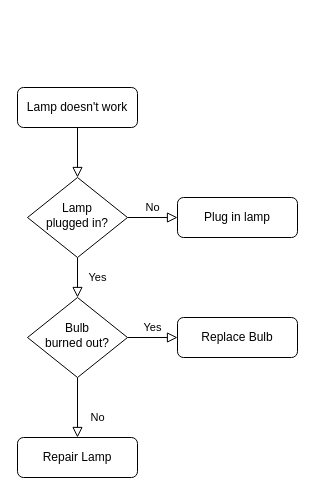
Earlier version of the draw.io diagram 微信公众号授权.drawio (pbm0802/GitIDEATest). Source tidied: cells renumbered, new cells numbered last; positions are measured from the earlier drawing's top-left corner, leaving out a move shared by most shapes. Both pictures are drawn from the tidied source at 100%, with x=0, y=0 at pixel (17, 87).
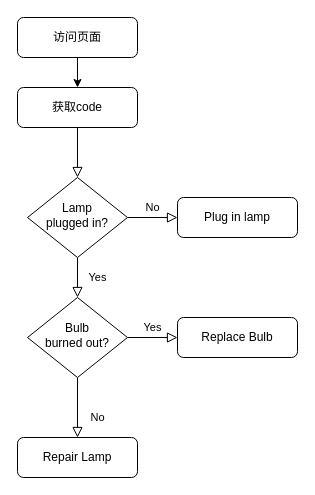
Above is the later version.

Commit message:
更新微信公众号授权.drawio

What changed in the source:
```diff
@@
 <mxGraphModel>
   <root>
     <mxCell id="0" />
     <mxCell id="1" parent="0" />
     <mxCell id="2" style="rounded=0;html=1;jettySize=auto;fontSize=11;endArrow=block;endFill=0;endSize=8;strokeWidth=1;shadow=0;labelBackgroundColor=none;edgeStyle=orthogonalEdgeStyle;" parent="1" edge="1" source="3" target="6">
       <mxGeometry relative="1" as="geometry" />
     </mxCell>
-    <mxCell id="3" value="Lamp doesn't work" style="rounded=1;whiteSpace=wrap;html=1;fontSize=12;glass=0;strokeWidth=1;shadow=0;" parent="1" vertex="1">
+    <mxCell id="3" value="获取code" style="rounded=1;whiteSpace=wrap;html=1;fontSize=12;glass=0;strokeWidth=1;shadow=0;" parent="1" vertex="1">
       <mxGeometry width="120" height="40" as="geometry" />
     </mxCell>
     <mxCell id="4" value="Yes" style="rounded=0;html=1;jettySize=auto;fontSize=11;endArrow=block;endFill=0;endSize=8;strokeWidth=1;shadow=0;labelBackgroundColor=none;edgeStyle=orthogonalEdgeStyle;" parent="1" edge="1" source="6" target="10">
       <mxGeometry y="20" relative="1" as="geometry" />
     </mxCell>
     <mxCell id="5" value="No" style="edgeStyle=orthogonalEdgeStyle;rounded=0;html=1;jettySize=auto;fontSize=11;endArrow=block;endFill=0;endSize=8;strokeWidth=1;shadow=0;labelBackgroundColor=none;" parent="1" edge="1" source="6" target="7">
       <mxGeometry y="10" relative="1" as="geometry" />
     </mxCell>
     <mxCell id="6" value="Lamp&lt;br&gt;plugged in?" style="rhombus;whiteSpace=wrap;html=1;shadow=0;fontFamily=Helvetica;fontSize=12;align=center;strokeWidth=1;spacing=6;spacingTop=-4;" parent="1" vertex="1">
       <mxGeometry x="10" y="90" width="100" height="80" as="geometry" />
     </mxCell>
     <mxCell id="7" value="Plug in lamp" style="rounded=1;whiteSpace=wrap;html=1;fontSize=12;glass=0;strokeWidth=1;shadow=0;" parent="1" vertex="1">
       <mxGeometry x="160" y="110" width="120" height="40" as="geometry" />
     </mxCell>
     <mxCell id="8" value="No" style="rounded=0;html=1;jettySize=auto;fontSize=11;endArrow=block;endFill=0;endSize=8;strokeWidth=1;shadow=0;labelBackgroundColor=none;edgeStyle=orthogonalEdgeStyle;" parent="1" edge="1" source="10" target="11">
       <mxGeometry x="0.33" y="20" relative="1" as="geometry" />
     </mxCell>
     <mxCell id="9" value="Yes" style="edgeStyle=orthogonalEdgeStyle;rounded=0;html=1;jettySize=auto;fontSize=11;endArrow=block;endFill=0;endSize=8;strokeWidth=1;shadow=0;labelBackgroundColor=none;" parent="1" edge="1" source="10" target="12">
       <mxGeometry y="10" relative="1" as="geometry" />
     </mxCell>
     <mxCell id="10" value="Bulb&lt;br&gt;burned out?" style="rhombus;whiteSpace=wrap;html=1;shadow=0;fontFamily=Helvetica;fontSize=12;align=center;strokeWidth=1;spacing=6;spacingTop=-4;" parent="1" vertex="1">
       <mxGeometry x="10" y="210" width="100" height="80" as="geometry" />
     </mxCell>
     <mxCell id="11" value="Repair Lamp" style="rounded=1;whiteSpace=wrap;html=1;fontSize=12;glass=0;strokeWidth=1;shadow=0;" parent="1" vertex="1">
       <mxGeometry y="350" width="120" height="40" as="geometry" />
     </mxCell>
     <mxCell id="12" value="Replace Bulb" style="rounded=1;whiteSpace=wrap;html=1;fontSize=12;glass=0;strokeWidth=1;shadow=0;" parent="1" vertex="1">
       <mxGeometry x="160" y="230" width="120" height="40" as="geometry" />
     </mxCell>
+    <mxCell id="13" style="edgeStyle=orthogonalEdgeStyle;rounded=0;jettySize=auto;html=1;exitX=0.5;exitY=1;exitDx=0;exitDy=0;" parent="1" edge="1" source="14" target="3">
+      <mxGeometry relative="1" as="geometry" />
+    </mxCell>
+    <mxCell id="14" value="访问页面" style="rounded=1;whiteSpace=wrap;html=1;fontSize=12;glass=0;strokeWidth=1;shadow=0;" parent="1" vertex="1">
+      <mxGeometry y="-70" width="120" height="40" as="geometry" />
+    </mxCell>
   </root>
 </mxGraphModel>
```
